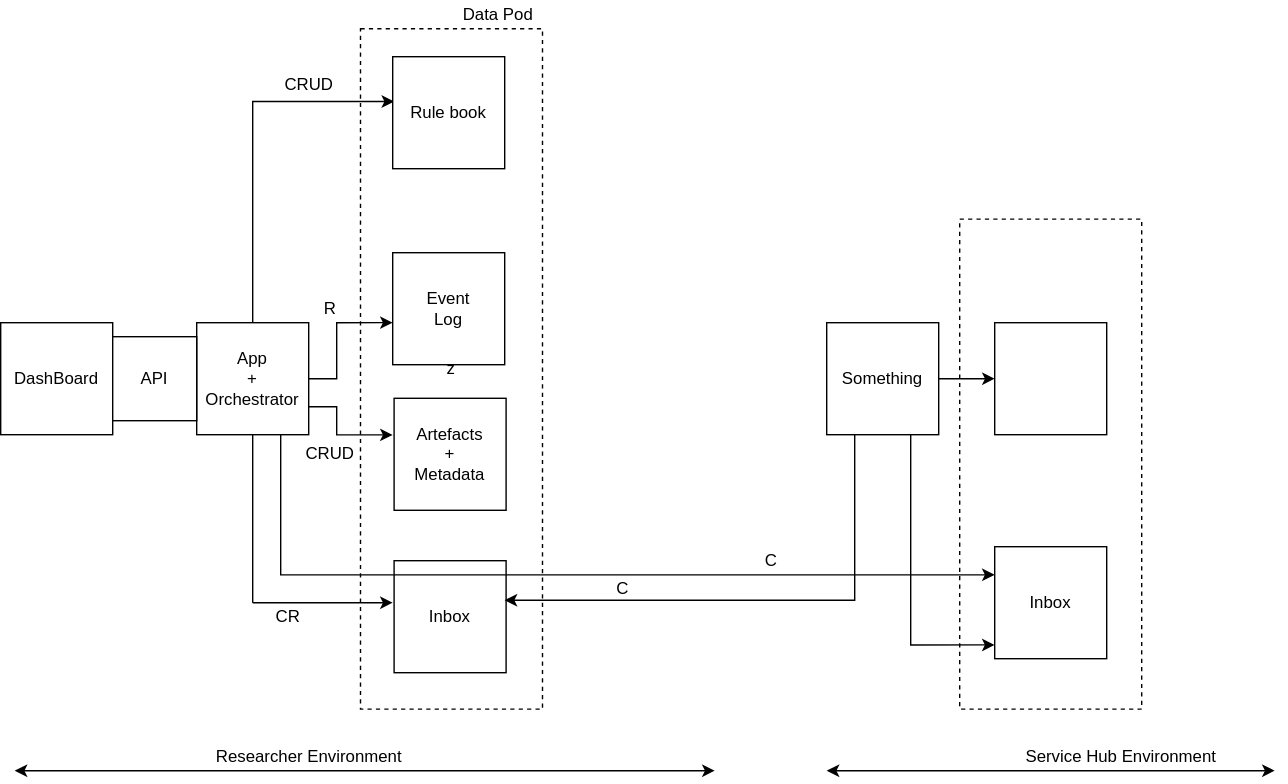
Earlier version of the draw.io export images/mellon-crud.svg (MellonScholarlyCommunication/spec-overview). Source tidied: cells renumbered, new cells last; positions are measured from the earlier drawing's top-left corner, leaving out a move shared by most shapes.
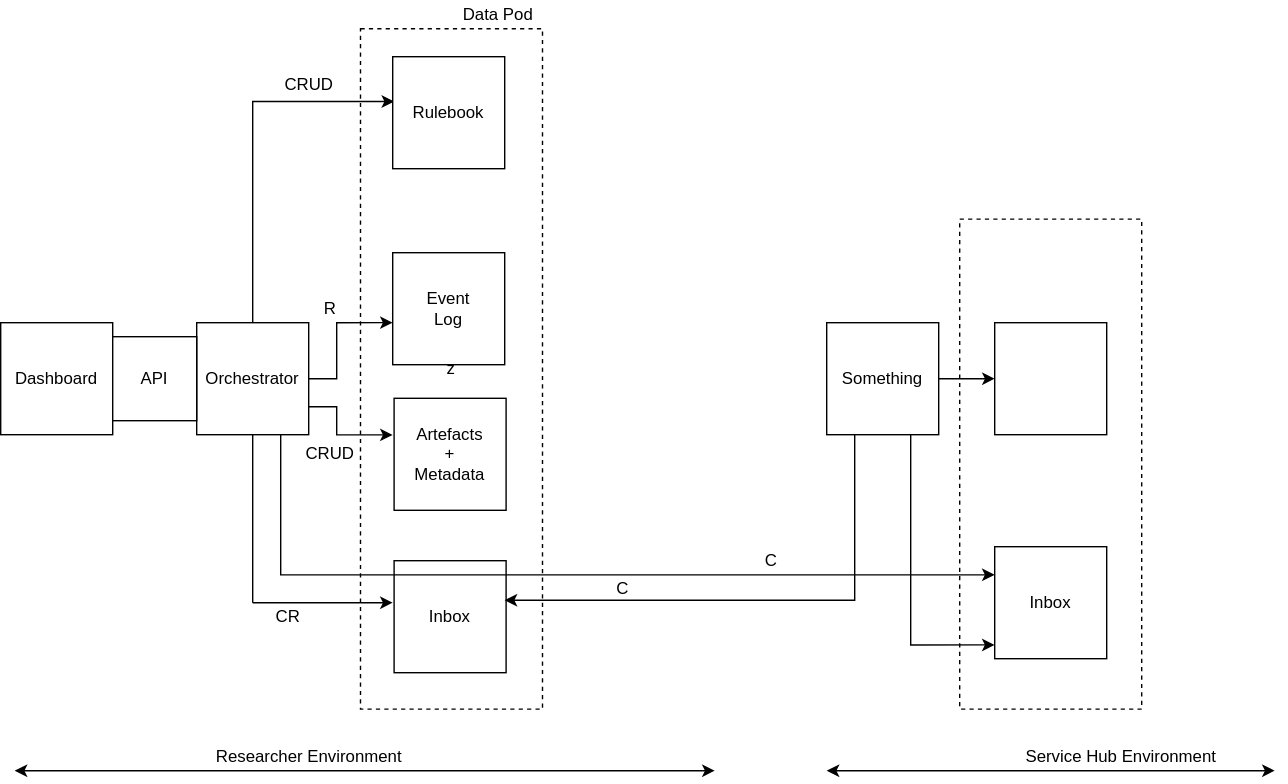
Above is the later version.

Change to the diagram source:
```diff
@@ -14,16 +14,16 @@
     <mxCell id="5" style="edgeStyle=orthogonalEdgeStyle;rounded=0;jettySize=auto;html=1;exitX=1;exitY=0.75;exitDx=0;exitDy=0;entryX=0.177;entryY=0.597;entryDx=0;entryDy=0;entryPerimeter=0;" parent="1" edge="1" source="6" target="2">
       <mxGeometry relative="1" as="geometry" />
     </mxCell>
-    <mxCell id="6" value="App&lt;br&gt;+&lt;br&gt;Orchestrator" style="whiteSpace=wrap;html=1;" parent="1" vertex="1">
+    <mxCell id="6" value="Orchestrator" style="whiteSpace=wrap;html=1;" parent="1" vertex="1">
       <mxGeometry x="140" y="230" width="80" height="80" as="geometry" />
     </mxCell>
-    <mxCell id="7" value="DashBoard" style="whiteSpace=wrap;html=1;" parent="1" vertex="1">
+    <mxCell id="7" value="Dashboard" style="whiteSpace=wrap;html=1;" parent="1" vertex="1">
       <mxGeometry y="230" width="80" height="80" as="geometry" />
     </mxCell>
     <mxCell id="8" value="API" style="whiteSpace=wrap;html=1;" parent="1" vertex="1">
       <mxGeometry x="80" y="240" width="60" height="60" as="geometry" />
     </mxCell>
-    <mxCell id="9" value="Rule book" style="whiteSpace=wrap;html=1;" parent="1" vertex="1">
+    <mxCell id="9" value="Rulebook" style="whiteSpace=wrap;html=1;" parent="1" vertex="1">
       <mxGeometry x="280" y="40" width="80" height="80" as="geometry" />
     </mxCell>
     <mxCell id="10" value="Event&lt;br&gt;Log" style="whiteSpace=wrap;html=1;" parent="1" vertex="1">
```
